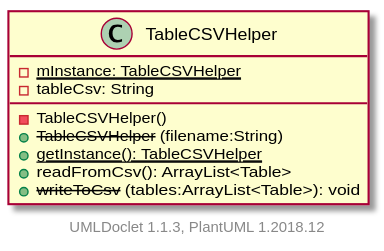
itachi1706/How-to-use-Git-NTUSCSE1819-Site keeps this PlantUML diagram as projects/oodp/html/umlversion/uml/sg.edu.ntu.scse.cz2002.util.TableCSVHelper.svg. Above is the earlier version.
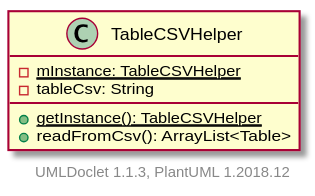
After the commit.

What changed in the source:
```diff
@@ -3,11 +3,8 @@
     class TableCSVHelper [[../sg/edu/ntu/scse/cz2002/util/TableCSVHelper.html]] {
         {static} -mInstance: TableCSVHelper
         -tableCsv: String
-        -TableCSVHelper()
-        + --TableCSVHelper-- (filename:String)
         {static} +getInstance(): TableCSVHelper
         +readFromCsv(): ArrayList<Table>
-        + --writeToCsv-- (tables:ArrayList<Table>): void
     }
 
 
```
